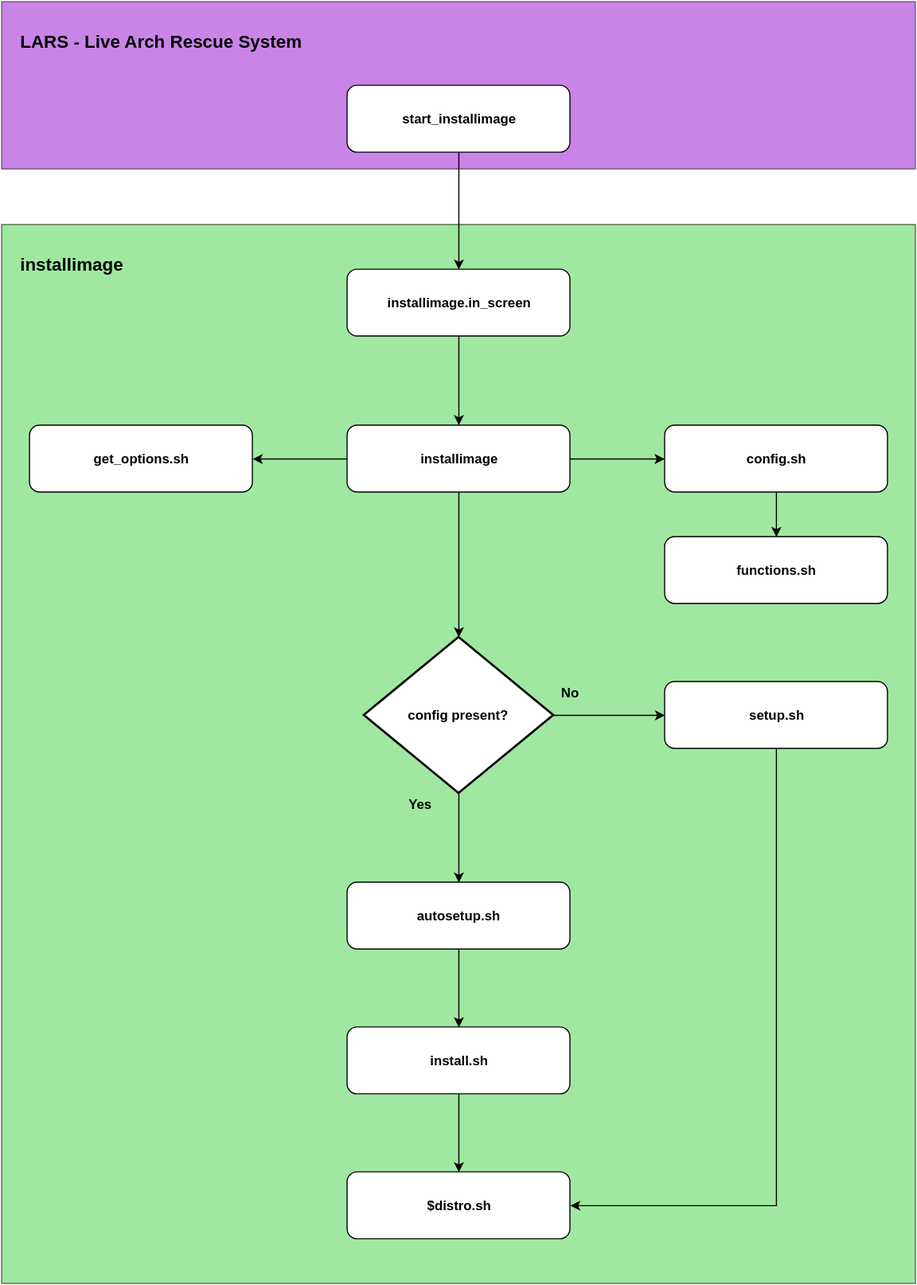
This is installimage-workflow.svg from virtapi/installimage, a draw.io export, as it was before one commit. Source tidied: cells renumbered, new cells last; positions are measured from the earlier drawing's top-left corner, leaving out a move shared by most shapes.
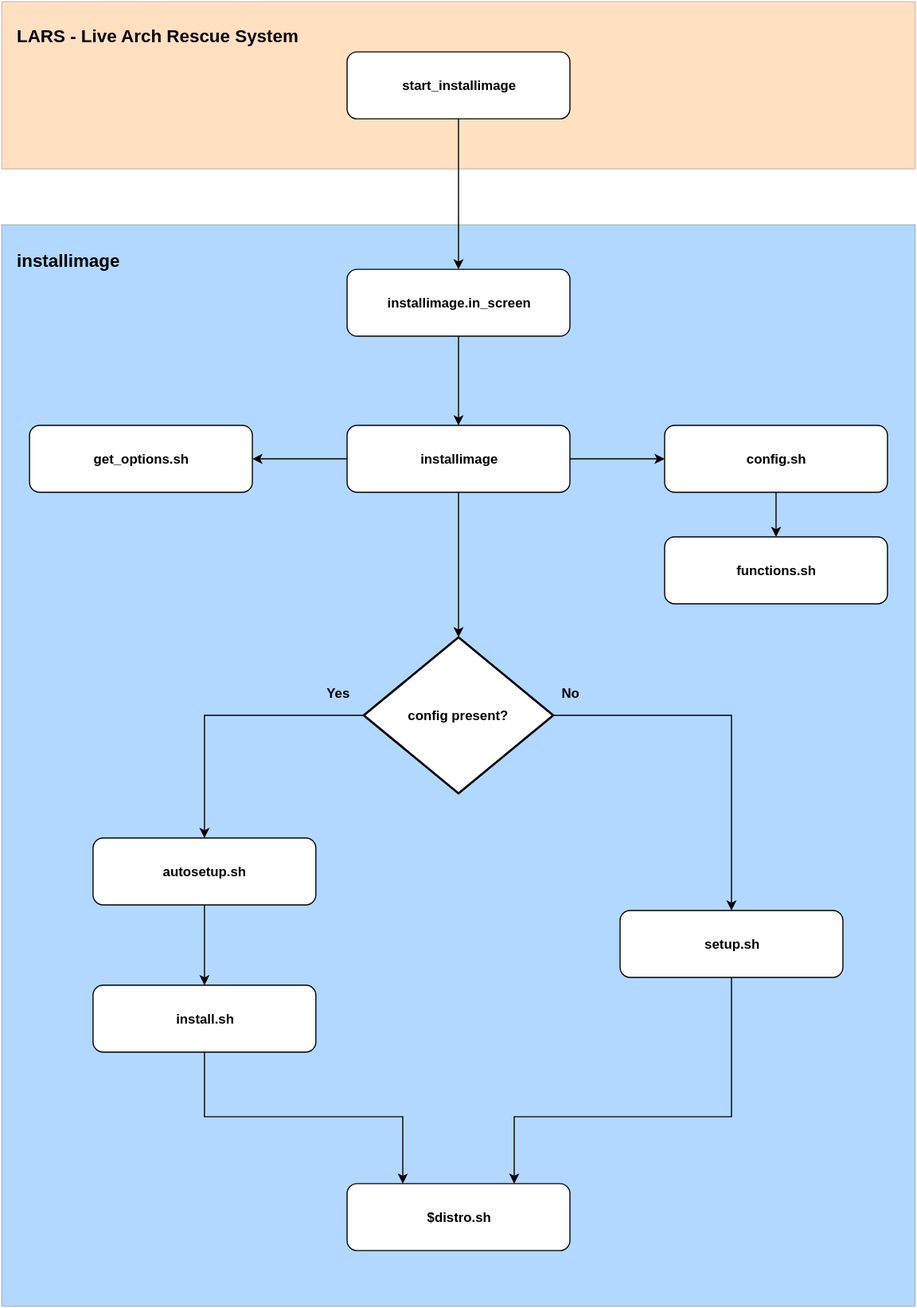
After the change.

The edit, as a diff of the source:
```diff
@@ -2,17 +2,17 @@
   <root>
     <mxCell id="0" />
     <mxCell id="1" parent="0" />
-    <mxCell id="2" style="whiteSpace=wrap;html=1;plain-purple;gradientColor=none;fillColor=#C984E7;strokeColor=#6C5378;" parent="1" vertex="1">
+    <mxCell id="2" style="whiteSpace=wrap;html=1;plain-purple;gradientColor=none;fillColor=#FF9933;strokeColor=#6C5378;opacity=30;" parent="1" vertex="1">
       <mxGeometry width="820" height="150" as="geometry" />
     </mxCell>
     <mxCell id="3" value="&lt;b&gt;&lt;font style=&quot;font-size: 16px&quot;&gt;LARS - Live Arch Rescue System&lt;/font&gt;&lt;/b&gt;" style="text;html=1;strokeColor=none;fillColor=none;align=left;verticalAlign=middle;whiteSpace=wrap;overflow=hidden;" parent="1" vertex="1">
-      <mxGeometry x="15" y="15" width="340" height="40" as="geometry" />
+      <mxGeometry x="12" y="10" width="340" height="40" as="geometry" />
     </mxCell>
     <mxCell id="4" value="&lt;b&gt;start_installimage&lt;/b&gt;" style="rounded=1;whiteSpace=wrap;html=1;" parent="1" vertex="1">
-      <mxGeometry x="310" y="75" width="200" height="60" as="geometry" />
+      <mxGeometry x="310" y="45" width="200" height="60" as="geometry" />
     </mxCell>
-    <mxCell id="5" style="whiteSpace=wrap;html=1;plain-green;gradientColor=none;fillColor=#A0E8A2;strokeColor=#4C693C;" parent="1" vertex="1">
-      <mxGeometry y="200" width="820" height="950" as="geometry" />
+    <mxCell id="5" style="whiteSpace=wrap;html=1;plain-green;gradientColor=none;fillColor=#007FFF;strokeColor=#4C693C;opacity=30;" parent="1" vertex="1">
+      <mxGeometry y="200" width="820" height="970" as="geometry" />
     </mxCell>
     <mxCell id="6" style="edgeStyle=orthogonalEdgeStyle;rounded=0;html=1;exitX=0.5;exitY=1;jettySize=auto;" parent="1" edge="1" source="7" target="12">
       <mxGeometry relative="1" as="geometry" />
@@ -21,7 +21,7 @@
       <mxGeometry x="310" y="240" width="200" height="60" as="geometry" />
     </mxCell>
     <mxCell id="8" value="&lt;b&gt;&lt;font style=&quot;font-size: 16px&quot;&gt;installimage&lt;/font&gt;&lt;/b&gt;" style="text;html=1;strokeColor=none;fillColor=none;align=left;verticalAlign=middle;whiteSpace=wrap;overflow=hidden;" parent="1" vertex="1">
-      <mxGeometry x="15" y="215" width="180" height="40" as="geometry" />
+      <mxGeometry x="12" y="211" width="180" height="40" as="geometry" />
     </mxCell>
     <mxCell id="9" style="edgeStyle=orthogonalEdgeStyle;rounded=0;html=1;exitX=1;exitY=0.5;jettySize=auto;" parent="1" edge="1" source="12" target="14">
       <mxGeometry relative="1" as="geometry" />
@@ -47,17 +47,30 @@
     <mxCell id="16" value="&lt;b&gt;get_options.sh&lt;/b&gt;" style="rounded=1;whiteSpace=wrap;html=1;" parent="1" vertex="1">
       <mxGeometry x="25" y="380" width="200" height="60" as="geometry" />
     </mxCell>
-    <mxCell id="17" style="edgeStyle=orthogonalEdgeStyle;rounded=0;html=1;exitX=0.5;exitY=1;entryX=1;entryY=0.5;jettySize=auto;" parent="1" edge="1" source="18" target="26">
-      <mxGeometry relative="1" as="geometry" />
+    <mxCell id="17" style="edgeStyle=orthogonalEdgeStyle;rounded=0;html=1;exitX=0.5;exitY=1;entryX=0.75;entryY=0;jettySize=auto;" parent="1" edge="1" source="18" target="26">
+      <mxGeometry relative="1" as="geometry">
+        <Array as="points">
+          <mxPoint x="655" y="1000" />
+          <mxPoint x="460" y="1000" />
+        </Array>
+      </mxGeometry>
     </mxCell>
     <mxCell id="18" value="&lt;b&gt;setup.sh&lt;/b&gt;" style="rounded=1;whiteSpace=wrap;html=1;" parent="1" vertex="1">
-      <mxGeometry x="595" y="610" width="200" height="60" as="geometry" />
+      <mxGeometry x="555" y="815" width="200" height="60" as="geometry" />
     </mxCell>
-    <mxCell id="19" style="edgeStyle=orthogonalEdgeStyle;rounded=0;html=1;exitX=0.5;exitY=1;exitPerimeter=0;entryX=0.5;entryY=0;jettySize=auto;" parent="1" edge="1" source="21" target="23">
-      <mxGeometry relative="1" as="geometry" />
+    <mxCell id="19" style="edgeStyle=orthogonalEdgeStyle;rounded=0;html=1;exitX=0;exitY=0.5;exitPerimeter=0;entryX=0.5;entryY=0;jettySize=auto;" parent="1" edge="1" source="21" target="23">
+      <mxGeometry relative="1" as="geometry">
+        <Array as="points">
+          <mxPoint x="182" y="640" />
+        </Array>
+      </mxGeometry>
     </mxCell>
-    <mxCell id="20" style="edgeStyle=orthogonalEdgeStyle;rounded=0;html=1;exitX=1;exitY=0.5;exitPerimeter=0;entryX=0;entryY=0.5;jettySize=auto;" parent="1" edge="1" source="21" target="18">
-      <mxGeometry relative="1" as="geometry" />
+    <mxCell id="20" style="edgeStyle=orthogonalEdgeStyle;rounded=0;html=1;exitX=1;exitY=0.5;exitPerimeter=0;entryX=0.5;entryY=0;jettySize=auto;" parent="1" edge="1" source="21" target="18">
+      <mxGeometry relative="1" as="geometry">
+        <Array as="points">
+          <mxPoint x="655" y="640" />
+        </Array>
+      </mxGeometry>
     </mxCell>
     <mxCell id="21" value="&lt;b&gt;config present?&lt;/b&gt;" style="strokeWidth=2;html=1;shape=mxgraph.flowchart.decision;whiteSpace=wrap;" parent="1" vertex="1">
       <mxGeometry x="325" y="570" width="170" height="140" as="geometry" />
@@ -66,22 +79,27 @@
       <mxGeometry relative="1" as="geometry" />
     </mxCell>
     <mxCell id="23" value="&lt;b&gt;autosetup.sh&lt;/b&gt;" style="rounded=1;whiteSpace=wrap;html=1;" parent="1" vertex="1">
-      <mxGeometry x="310" y="790" width="200" height="60" as="geometry" />
+      <mxGeometry x="82" y="750" width="200" height="60" as="geometry" />
     </mxCell>
-    <mxCell id="24" style="edgeStyle=orthogonalEdgeStyle;rounded=0;html=1;exitX=0.5;exitY=1;entryX=0.5;entryY=0;jettySize=auto;" parent="1" edge="1" source="25" target="26">
-      <mxGeometry relative="1" as="geometry" />
+    <mxCell id="24" style="edgeStyle=orthogonalEdgeStyle;rounded=0;html=1;exitX=0.5;exitY=1;entryX=0.25;entryY=0;jettySize=auto;" parent="1" edge="1" source="25" target="26">
+      <mxGeometry relative="1" as="geometry">
+        <Array as="points">
+          <mxPoint x="182" y="1000" />
+          <mxPoint x="360" y="1000" />
+        </Array>
+      </mxGeometry>
     </mxCell>
     <mxCell id="25" value="&lt;b&gt;install.sh&lt;/b&gt;" style="rounded=1;whiteSpace=wrap;html=1;" parent="1" vertex="1">
-      <mxGeometry x="310" y="920" width="200" height="60" as="geometry" />
+      <mxGeometry x="82" y="882" width="200" height="60" as="geometry" />
     </mxCell>
     <mxCell id="26" value="&lt;b&gt;$distro.sh&lt;/b&gt;" style="rounded=1;whiteSpace=wrap;html=1;" parent="1" vertex="1">
-      <mxGeometry x="310" y="1050" width="200" height="60" as="geometry" />
+      <mxGeometry x="310" y="1060" width="200" height="60" as="geometry" />
     </mxCell>
     <mxCell id="27" style="edgeStyle=orthogonalEdgeStyle;rounded=0;html=1;exitX=0.5;exitY=1;entryX=0.5;entryY=0;jettySize=auto;" parent="1" edge="1" source="4" target="7">
       <mxGeometry relative="1" as="geometry" />
     </mxCell>
     <mxCell id="28" value="&lt;b&gt;Yes&lt;/b&gt;" style="text;html=1;strokeColor=none;fillColor=none;align=center;verticalAlign=middle;whiteSpace=wrap;overflow=hidden;" parent="1" vertex="1">
-      <mxGeometry x="355" y="710" width="40" height="20" as="geometry" />
+      <mxGeometry x="282" y="610" width="40" height="20" as="geometry" />
     </mxCell>
     <mxCell id="29" value="&lt;b&gt;No&lt;/b&gt;" style="text;html=1;strokeColor=none;fillColor=none;align=center;verticalAlign=middle;whiteSpace=wrap;overflow=hidden;" parent="1" vertex="1">
       <mxGeometry x="490" y="610" width="40" height="20" as="geometry" />
```
